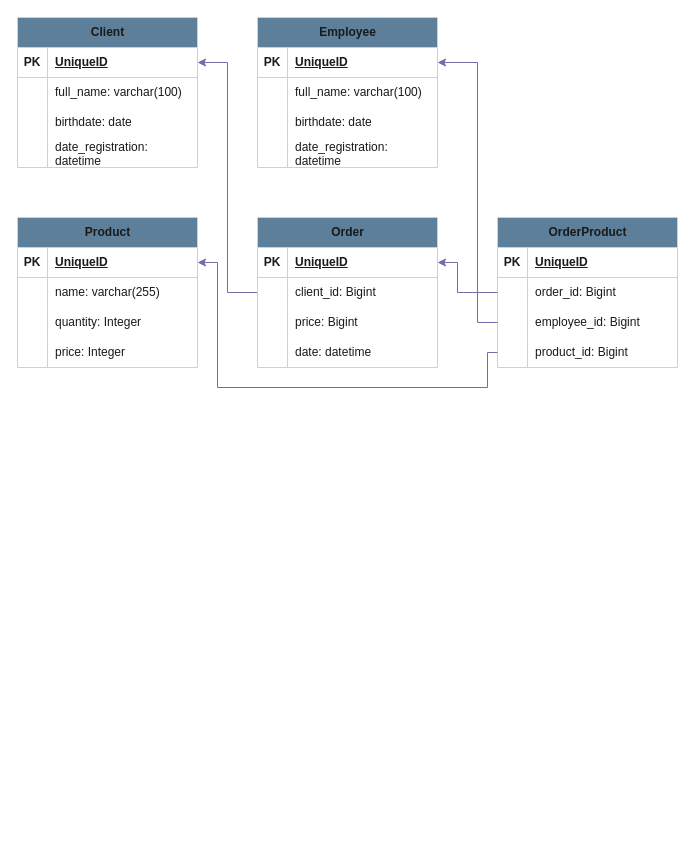
KmvRoman/Diagrams keeps this draw.io diagram as page "Страница — 3" (3 of 4) of Диаграмма без названия.drawio. Above is the earlier version. Source tidied: cells renumbered, new cells numbered last; positions are measured from the earlier drawing's top-left corner, leaving out a move shared by most shapes. Both pictures are drawn from the tidied source at 100%, with x=0, y=0 at pixel (17, 17).
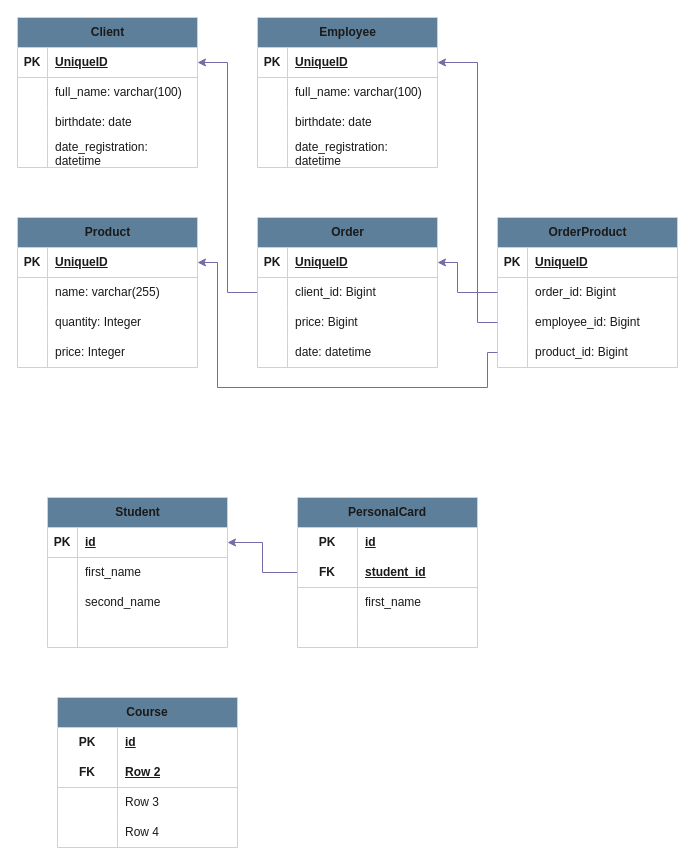
Above is the later version.

Change to the diagram source:
```diff
@@
+    <mxCell id="71" value="Student" style="shape=table;startSize=30;childLayout=tableLayout;rowLines=0;fontStyle=1;align=center;html=1;labelBackgroundColor=none;fillColor=#5D7F99;strokeColor=#D0CEE2;fontColor=#1A1A1A;" parent="1" vertex="1">
+      <mxGeometry x="30" y="480" width="180" height="150" as="geometry" />
+    </mxCell>
+    <mxCell id="72" style="shape=tableRow;horizontal=0;startSize=0;swimlaneHead=0;swimlaneBody=0;fillColor=none;points=[[0,0.5],[1,0.5]];portConstraint=eastwest;top=0;left=0;right=0;bottom=1;labelBackgroundColor=none;strokeColor=#D0CEE2;fontColor=#1A1A1A;" parent="71" vertex="1">
+      <mxGeometry y="30" width="180" height="30" as="geometry" />
+    </mxCell>
+    <mxCell id="73" value="PK" style="shape=partialRectangle;fillColor=none;top=0;left=0;bottom=0;right=0;fontStyle=1;overflow=hidden;whiteSpace=wrap;html=1;labelBackgroundColor=none;strokeColor=#D0CEE2;fontColor=#1A1A1A;" parent="72" vertex="1">
+      <mxGeometry width="30" height="30" as="geometry" />
+    </mxCell>
+    <mxCell id="74" value="id" style="shape=partialRectangle;fillColor=none;top=0;left=0;bottom=0;right=0;align=left;spacingLeft=6;fontStyle=5;overflow=hidden;whiteSpace=wrap;html=1;labelBackgroundColor=none;strokeColor=#D0CEE2;fontColor=#1A1A1A;" parent="72" vertex="1">
+      <mxGeometry x="30" width="150" height="30" as="geometry" />
+    </mxCell>
+    <mxCell id="75" style="shape=tableRow;horizontal=0;startSize=0;swimlaneHead=0;swimlaneBody=0;fillColor=none;top=0;left=0;right=0;bottom=0;labelBackgroundColor=none;strokeColor=#D0CEE2;fontColor=#1A1A1A;" parent="71" vertex="1">
+      <mxGeometry y="60" width="180" height="30" as="geometry" />
+    </mxCell>
+    <mxCell id="76" style="shape=partialRectangle;fillColor=none;top=0;left=0;bottom=0;right=0;overflow=hidden;whiteSpace=wrap;html=1;labelBackgroundColor=none;strokeColor=#D0CEE2;fontColor=#1A1A1A;" parent="75" vertex="1">
+      <mxGeometry width="30" height="30" as="geometry" />
+    </mxCell>
+    <mxCell id="77" value="first_name" style="shape=partialRectangle;fillColor=none;top=0;left=0;bottom=0;right=0;align=left;spacingLeft=6;overflow=hidden;whiteSpace=wrap;html=1;labelBackgroundColor=none;strokeColor=#D0CEE2;fontColor=#1A1A1A;" parent="75" vertex="1">
+      <mxGeometry x="30" width="150" height="30" as="geometry" />
+    </mxCell>
+    <mxCell id="78" style="shape=tableRow;horizontal=0;startSize=0;swimlaneHead=0;swimlaneBody=0;fillColor=none;top=0;left=0;right=0;bottom=0;labelBackgroundColor=none;strokeColor=#D0CEE2;fontColor=#1A1A1A;" parent="71" vertex="1">
+      <mxGeometry y="90" width="180" height="30" as="geometry" />
+    </mxCell>
+    <mxCell id="79" style="shape=partialRectangle;fillColor=none;top=0;left=0;bottom=0;right=0;overflow=hidden;whiteSpace=wrap;html=1;labelBackgroundColor=none;strokeColor=#D0CEE2;fontColor=#1A1A1A;" parent="78" vertex="1">
+      <mxGeometry width="30" height="30" as="geometry" />
+    </mxCell>
+    <mxCell id="80" value="second_name" style="shape=partialRectangle;fillColor=none;top=0;left=0;bottom=0;right=0;align=left;spacingLeft=6;overflow=hidden;whiteSpace=wrap;html=1;labelBackgroundColor=none;strokeColor=#D0CEE2;fontColor=#1A1A1A;" parent="78" vertex="1">
+      <mxGeometry x="30" width="150" height="30" as="geometry" />
+    </mxCell>
+    <mxCell id="81" style="shape=tableRow;horizontal=0;startSize=0;swimlaneHead=0;swimlaneBody=0;fillColor=none;top=0;left=0;right=0;bottom=0;labelBackgroundColor=none;strokeColor=#D0CEE2;fontColor=#1A1A1A;" parent="71" vertex="1">
+      <mxGeometry y="120" width="180" height="30" as="geometry" />
+    </mxCell>
+    <mxCell id="82" style="shape=partialRectangle;fillColor=none;top=0;left=0;bottom=0;right=0;overflow=hidden;whiteSpace=wrap;html=1;labelBackgroundColor=none;strokeColor=#D0CEE2;fontColor=#1A1A1A;" parent="81" vertex="1">
+      <mxGeometry width="30" height="30" as="geometry" />
+    </mxCell>
+    <mxCell id="83" style="shape=partialRectangle;fillColor=none;top=0;left=0;bottom=0;right=0;align=left;spacingLeft=6;overflow=hidden;whiteSpace=wrap;html=1;labelBackgroundColor=none;strokeColor=#D0CEE2;fontColor=#1A1A1A;" parent="81" vertex="1">
+      <mxGeometry x="30" width="150" height="30" as="geometry" />
+    </mxCell>
+    <mxCell id="84" style="edgeStyle=orthogonalEdgeStyle;rounded=0;jettySize=auto;html=1;entryX=1;entryY=0.5;entryDx=0;entryDy=0;strokeColor=#736CA8;fontColor=#1A1A1A;" parent="1" edge="1" source="85" target="72">
+      <mxGeometry relative="1" as="geometry" />
+    </mxCell>
+    <mxCell id="85" value="PersonalCard" style="shape=table;startSize=30;childLayout=tableLayout;rowLines=0;fontStyle=1;align=center;html=1;whiteSpace=wrap;strokeColor=#D0CEE2;fontColor=#1A1A1A;fillColor=#5D7F99;" parent="1" vertex="1">
+      <mxGeometry x="280" y="480" width="180" height="150" as="geometry" />
+    </mxCell>
+    <mxCell id="86" style="shape=tableRow;horizontal=0;startSize=0;swimlaneHead=0;swimlaneBody=0;fillColor=none;top=0;left=0;right=0;bottom=0;html=1;strokeColor=#D0CEE2;fontColor=#1A1A1A;" parent="85" vertex="1">
+      <mxGeometry y="30" width="180" height="30" as="geometry" />
+    </mxCell>
+    <mxCell id="87" value="PK" style="shape=partialRectangle;fillColor=none;top=0;left=0;bottom=0;right=0;fontStyle=1;overflow=hidden;html=1;whiteSpace=wrap;strokeColor=#D0CEE2;fontColor=#1A1A1A;" parent="86" vertex="1">
+      <mxGeometry width="60" height="30" as="geometry" />
+    </mxCell>
+    <mxCell id="88" value="id" style="shape=partialRectangle;fillColor=none;top=0;left=0;bottom=0;right=0;align=left;spacingLeft=6;fontStyle=5;overflow=hidden;html=1;whiteSpace=wrap;strokeColor=#D0CEE2;fontColor=#1A1A1A;" parent="86" vertex="1">
+      <mxGeometry x="60" width="120" height="30" as="geometry" />
+    </mxCell>
+    <mxCell id="89" style="shape=tableRow;horizontal=0;startSize=0;swimlaneHead=0;swimlaneBody=0;fillColor=none;top=0;left=0;right=0;bottom=1;html=1;strokeColor=#D0CEE2;fontColor=#1A1A1A;" parent="85" vertex="1">
+      <mxGeometry y="60" width="180" height="30" as="geometry" />
+    </mxCell>
+    <mxCell id="90" value="FK" style="shape=partialRectangle;fillColor=none;top=0;left=0;bottom=0;right=0;fontStyle=1;overflow=hidden;html=1;whiteSpace=wrap;strokeColor=#D0CEE2;fontColor=#1A1A1A;" parent="89" vertex="1">
+      <mxGeometry width="60" height="30" as="geometry" />
+    </mxCell>
+    <mxCell id="91" value="student_id" style="shape=partialRectangle;fillColor=none;top=0;left=0;bottom=0;right=0;align=left;spacingLeft=6;fontStyle=5;overflow=hidden;html=1;whiteSpace=wrap;strokeColor=#D0CEE2;fontColor=#1A1A1A;" parent="89" vertex="1">
+      <mxGeometry x="60" width="120" height="30" as="geometry" />
+    </mxCell>
+    <mxCell id="92" style="shape=tableRow;horizontal=0;startSize=0;swimlaneHead=0;swimlaneBody=0;fillColor=none;top=0;left=0;right=0;bottom=0;html=1;strokeColor=#D0CEE2;fontColor=#1A1A1A;" parent="85" vertex="1">
+      <mxGeometry y="90" width="180" height="30" as="geometry" />
+    </mxCell>
+    <mxCell id="93" style="shape=partialRectangle;fillColor=none;top=0;left=0;bottom=0;right=0;overflow=hidden;html=1;whiteSpace=wrap;strokeColor=#D0CEE2;fontColor=#1A1A1A;" parent="92" vertex="1">
+      <mxGeometry width="60" height="30" as="geometry" />
+    </mxCell>
+    <mxCell id="94" value="first_name" style="shape=partialRectangle;fillColor=none;top=0;left=0;bottom=0;right=0;align=left;spacingLeft=6;overflow=hidden;html=1;whiteSpace=wrap;strokeColor=#D0CEE2;fontColor=#1A1A1A;" parent="92" vertex="1">
+      <mxGeometry x="60" width="120" height="30" as="geometry" />
+    </mxCell>
+    <mxCell id="95" style="shape=tableRow;horizontal=0;startSize=0;swimlaneHead=0;swimlaneBody=0;fillColor=none;top=0;left=0;right=0;bottom=0;html=1;strokeColor=#D0CEE2;fontColor=#1A1A1A;" parent="85" vertex="1">
+      <mxGeometry y="120" width="180" height="30" as="geometry" />
+    </mxCell>
+    <mxCell id="96" style="shape=partialRectangle;fillColor=none;top=0;left=0;bottom=0;right=0;overflow=hidden;html=1;whiteSpace=wrap;strokeColor=#D0CEE2;fontColor=#1A1A1A;" parent="95" vertex="1">
+      <mxGeometry width="60" height="30" as="geometry" />
+    </mxCell>
+    <mxCell id="97" style="shape=partialRectangle;fillColor=none;top=0;left=0;bottom=0;right=0;align=left;spacingLeft=6;overflow=hidden;html=1;whiteSpace=wrap;strokeColor=#D0CEE2;fontColor=#1A1A1A;" parent="95" vertex="1">
+      <mxGeometry x="60" width="120" height="30" as="geometry" />
+    </mxCell>
+    <mxCell id="98" value="Course" style="shape=table;startSize=30;childLayout=tableLayout;rowLines=0;fontStyle=1;align=center;html=1;whiteSpace=wrap;strokeColor=#D0CEE2;fontColor=#1A1A1A;fillColor=#5D7F99;" parent="1" vertex="1">
+      <mxGeometry x="40" y="680" width="180" height="150" as="geometry" />
+    </mxCell>
+    <mxCell id="99" style="shape=tableRow;horizontal=0;startSize=0;swimlaneHead=0;swimlaneBody=0;fillColor=none;top=0;left=0;right=0;bottom=0;html=1;strokeColor=#D0CEE2;fontColor=#1A1A1A;" parent="98" vertex="1">
+      <mxGeometry y="30" width="180" height="30" as="geometry" />
+    </mxCell>
+    <mxCell id="100" value="PK" style="shape=partialRectangle;fillColor=none;top=0;left=0;bottom=0;right=0;fontStyle=1;overflow=hidden;html=1;whiteSpace=wrap;strokeColor=#D0CEE2;fontColor=#1A1A1A;" parent="99" vertex="1">
+      <mxGeometry width="60" height="30" as="geometry" />
+    </mxCell>
+    <mxCell id="101" value="id" style="shape=partialRectangle;fillColor=none;top=0;left=0;bottom=0;right=0;align=left;spacingLeft=6;fontStyle=5;overflow=hidden;html=1;whiteSpace=wrap;strokeColor=#D0CEE2;fontColor=#1A1A1A;" parent="99" vertex="1">
+      <mxGeometry x="60" width="120" height="30" as="geometry" />
+    </mxCell>
+    <mxCell id="102" style="shape=tableRow;horizontal=0;startSize=0;swimlaneHead=0;swimlaneBody=0;fillColor=none;top=0;left=0;right=0;bottom=1;html=1;strokeColor=#D0CEE2;fontColor=#1A1A1A;" parent="98" vertex="1">
+      <mxGeometry y="60" width="180" height="30" as="geometry" />
+    </mxCell>
+    <mxCell id="103" value="FK" style="shape=partialRectangle;fillColor=none;top=0;left=0;bottom=0;right=0;fontStyle=1;overflow=hidden;html=1;whiteSpace=wrap;strokeColor=#D0CEE2;fontColor=#1A1A1A;" parent="102" vertex="1">
+      <mxGeometry width="60" height="30" as="geometry" />
+    </mxCell>
+    <mxCell id="104" value="Row 2" style="shape=partialRectangle;fillColor=none;top=0;left=0;bottom=0;right=0;align=left;spacingLeft=6;fontStyle=5;overflow=hidden;html=1;whiteSpace=wrap;strokeColor=#D0CEE2;fontColor=#1A1A1A;" parent="102" vertex="1">
+      <mxGeometry x="60" width="120" height="30" as="geometry" />
+    </mxCell>
+    <mxCell id="105" style="shape=tableRow;horizontal=0;startSize=0;swimlaneHead=0;swimlaneBody=0;fillColor=none;top=0;left=0;right=0;bottom=0;html=1;strokeColor=#D0CEE2;fontColor=#1A1A1A;" parent="98" vertex="1">
+      <mxGeometry y="90" width="180" height="30" as="geometry" />
+    </mxCell>
+    <mxCell id="106" style="shape=partialRectangle;fillColor=none;top=0;left=0;bottom=0;right=0;overflow=hidden;html=1;whiteSpace=wrap;strokeColor=#D0CEE2;fontColor=#1A1A1A;" parent="105" vertex="1">
+      <mxGeometry width="60" height="30" as="geometry" />
+    </mxCell>
+    <mxCell id="107" value="Row 3" style="shape=partialRectangle;fillColor=none;top=0;left=0;bottom=0;right=0;align=left;spacingLeft=6;overflow=hidden;html=1;whiteSpace=wrap;strokeColor=#D0CEE2;fontColor=#1A1A1A;" parent="105" vertex="1">
+      <mxGeometry x="60" width="120" height="30" as="geometry" />
+    </mxCell>
+    <mxCell id="108" style="shape=tableRow;horizontal=0;startSize=0;swimlaneHead=0;swimlaneBody=0;fillColor=none;top=0;left=0;right=0;bottom=0;html=1;strokeColor=#D0CEE2;fontColor=#1A1A1A;" parent="98" vertex="1">
+      <mxGeometry y="120" width="180" height="30" as="geometry" />
+    </mxCell>
+    <mxCell id="109" style="shape=partialRectangle;fillColor=none;top=0;left=0;bottom=0;right=0;overflow=hidden;html=1;whiteSpace=wrap;strokeColor=#D0CEE2;fontColor=#1A1A1A;" parent="108" vertex="1">
+      <mxGeometry width="60" height="30" as="geometry" />
+    </mxCell>
+    <mxCell id="110" value="Row 4" style="shape=partialRectangle;fillColor=none;top=0;left=0;bottom=0;right=0;align=left;spacingLeft=6;overflow=hidden;html=1;whiteSpace=wrap;strokeColor=#D0CEE2;fontColor=#1A1A1A;" parent="108" vertex="1">
+      <mxGeometry x="60" width="120" height="30" as="geometry" />
+    </mxCell>
```
